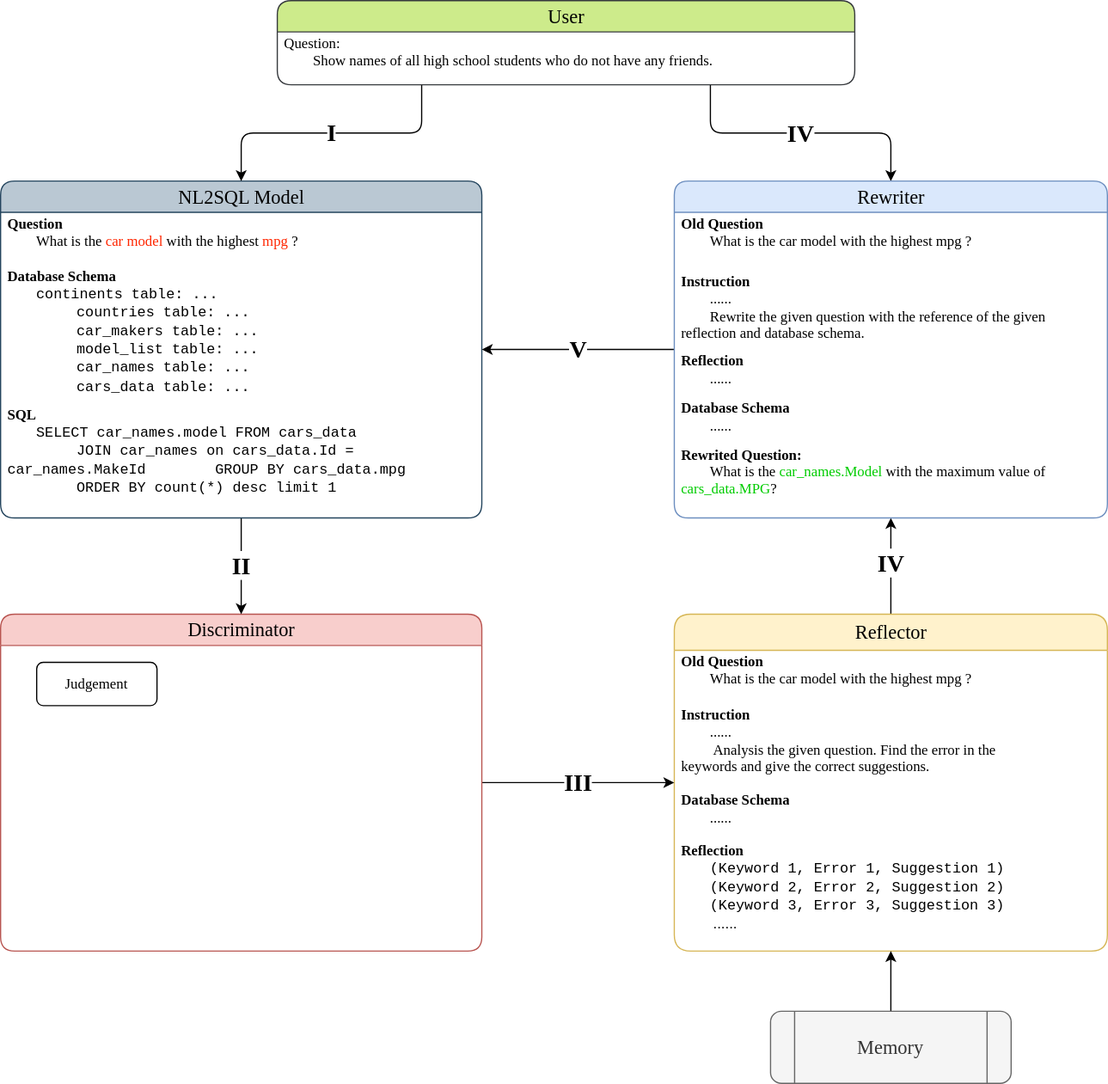
Earlier version of the draw.io export rewriter_agents_v240513.drawio.svg (MPX0222/Research-Design-Space). Source tidied: cells renumbered, new cells last; positions are measured from the earlier drawing's top-left corner, leaving out a move shared by most shapes.
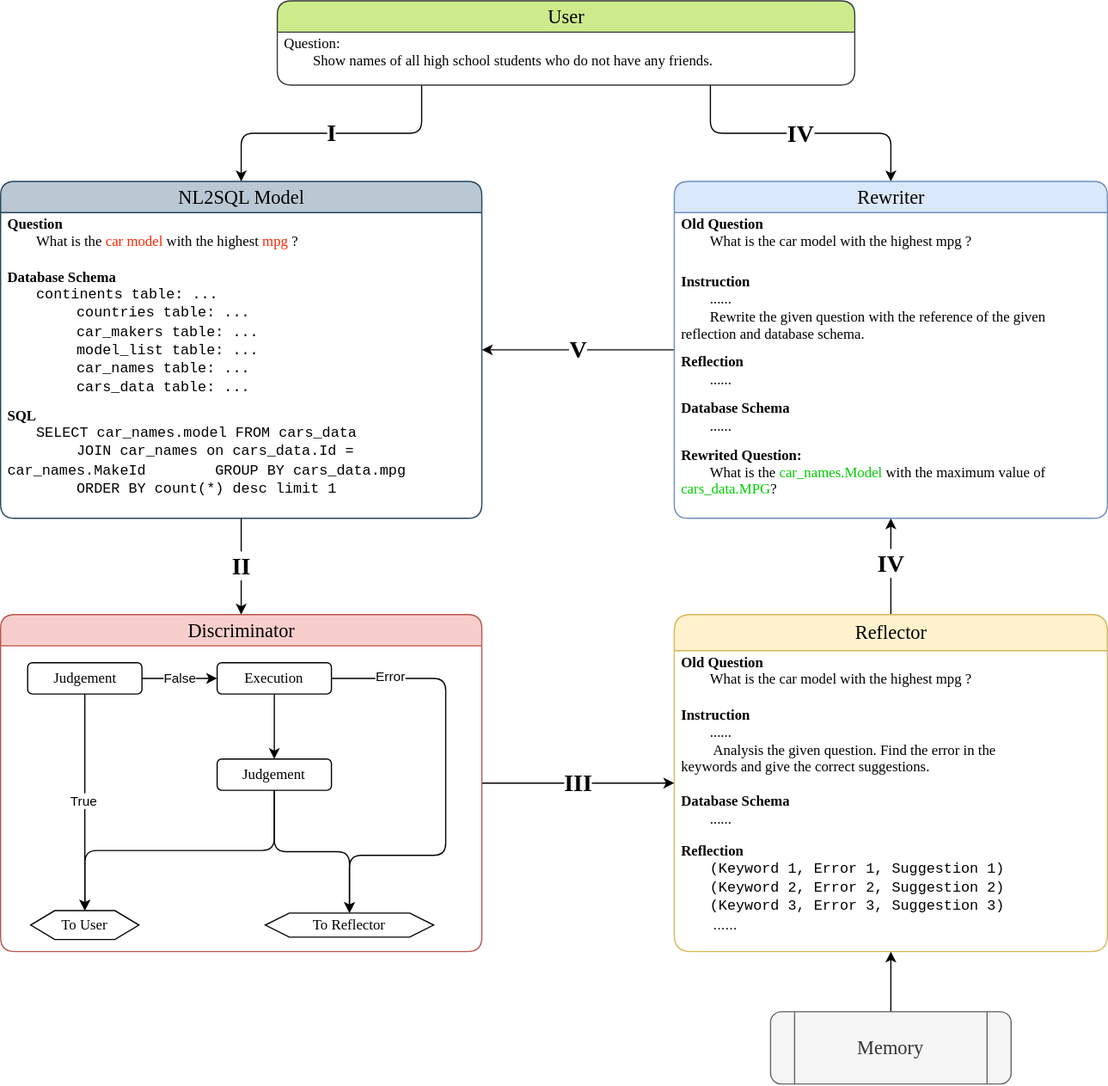
The same file after the commit.

The edit, as a diff of the source:
```diff
@@ -32,12 +32,60 @@
     <mxCell id="11" value="&lt;font style=&quot;font-size: 16px;&quot;&gt;Discriminator&lt;/font&gt;" style="swimlane;html=1;fontStyle=0;horizontal=1;startSize=26;fillColor=#f8cecc;swimlaneFillColor=#ffffff;align=center;rounded=1;shadow=0;comic=0;labelBackgroundColor=none;strokeWidth=1;fontFamily=Verdana;fontSize=12;strokeColor=#b85450;glass=0;swimlaneLine=1;" parent="1" vertex="1">
       <mxGeometry y="510" width="400" height="280" as="geometry" />
     </mxCell>
-    <mxCell id="12" style="swimlane;startSize=0;horizontal=1;containerType=tree;newEdgeStyle={&quot;edgeStyle&quot;:&quot;elbowEdgeStyle&quot;,&quot;startArrow&quot;:&quot;none&quot;,&quot;endArrow&quot;:&quot;none&quot;};strokeColor=none;rounded=1;" parent="11" vertex="1">
+    <mxCell id="12" style="swimlane;startSize=0;horizontal=1;containerType=tree;newEdgeStyle={&quot;edgeStyle&quot;:&quot;elbowEdgeStyle&quot;,&quot;startArrow&quot;:&quot;none&quot;,&quot;endArrow&quot;:&quot;none&quot;};strokeColor=none;rounded=0;" parent="11" vertex="1">
       <mxGeometry y="26" width="400" height="254" as="geometry" />
     </mxCell>
-    <mxCell id="13" value="&lt;font face=&quot;Verdana&quot;&gt;Judgement&lt;/font&gt;" style="whiteSpace=wrap;html=1;align=center;newEdgeStyle={&quot;edgeStyle&quot;:&quot;elbowEdgeStyle&quot;,&quot;startArrow&quot;:&quot;none&quot;,&quot;endArrow&quot;:&quot;none&quot;};rounded=1;" parent="12" vertex="1">
-      <mxGeometry x="30" y="14" width="100" height="36" as="geometry" />
-    </mxCell>
+    <mxCell id="36" style="edgeStyle=elbowEdgeStyle;rounded=1;orthogonalLoop=1;jettySize=auto;html=1;startArrow=none;endArrow=none;exitX=1;exitY=0.5;exitDx=0;exitDy=0;entryX=0;entryY=0.5;entryDx=0;entryDy=0;targetPerimeterSpacing=2;strokeWidth=3;strokeColor=none;" parent="12" edge="1">
+      <mxGeometry relative="1" as="geometry">
+        <mxPoint x="120" y="32" as="sourcePoint" />
+        <mxPoint x="190" y="32" as="targetPoint" />
+      </mxGeometry>
+    </mxCell>
+    <mxCell id="37" value="&lt;font face=&quot;Verdana&quot;&gt;To User&lt;/font&gt;" style="shape=hexagon;perimeter=hexagonPerimeter2;whiteSpace=wrap;html=1;fixedSize=1;rounded=0;" parent="12" vertex="1">
+      <mxGeometry x="25" y="220" width="90" height="24" as="geometry" />
+    </mxCell>
+    <mxCell id="38" style="edgeStyle=orthogonalEdgeStyle;rounded=1;jettySize=auto;html=1;entryX=0.5;entryY=0;entryDx=0;entryDy=0;" parent="12" edge="1" source="41" target="37">
+      <mxGeometry relative="1" as="geometry" />
+    </mxCell>
+    <mxCell id="39" value="True" style="edgeLabel;html=1;align=center;verticalAlign=middle;rounded=1;" parent="38" vertex="1">
+      <mxGeometry x="-0.02" y="-1" relative="1" as="geometry" />
+    </mxCell>
+    <mxCell id="40" value="False" style="edgeStyle=orthogonalEdgeStyle;rounded=1;jettySize=auto;html=1;exitX=1;exitY=0.5;exitDx=0;exitDy=0;entryX=0;entryY=0.5;entryDx=0;entryDy=0;" parent="12" edge="1" source="41" target="45">
+      <mxGeometry relative="1" as="geometry" />
+    </mxCell>
+    <mxCell id="41" value="&lt;font face=&quot;Verdana&quot;&gt;Judgement&lt;/font&gt;" style="rounded=1;whiteSpace=wrap;html=1;" parent="12" vertex="1">
+      <mxGeometry x="22.5" y="14" width="95" height="26" as="geometry" />
+    </mxCell>
+    <mxCell id="42" style="edgeStyle=orthogonalEdgeStyle;rounded=1;jettySize=auto;html=1;exitX=1;exitY=0.5;exitDx=0;exitDy=0;entryX=0.5;entryY=0;entryDx=0;entryDy=0;" parent="12" edge="1" source="45" target="49">
+      <mxGeometry relative="1" as="geometry">
+        <Array as="points">
+          <mxPoint x="370" y="27" />
+          <mxPoint x="370" y="174" />
+          <mxPoint x="290" y="174" />
+        </Array>
+      </mxGeometry>
+    </mxCell>
+    <mxCell id="43" value="Error" style="edgeLabel;html=1;align=center;verticalAlign=middle;rounded=1;" parent="42" vertex="1">
+      <mxGeometry x="-0.74" y="1" relative="1" as="geometry" />
+    </mxCell>
+    <mxCell id="44" style="edgeStyle=orthogonalEdgeStyle;rounded=1;jettySize=auto;html=1;entryX=0.5;entryY=0;entryDx=0;entryDy=0;" parent="12" edge="1" source="45" target="48">
+      <mxGeometry relative="1" as="geometry" />
+    </mxCell>
+    <mxCell id="45" value="&lt;font face=&quot;Verdana&quot;&gt;Execution&lt;/font&gt;" style="rounded=1;whiteSpace=wrap;html=1;" parent="12" vertex="1">
+      <mxGeometry x="180" y="14" width="95" height="26" as="geometry" />
+    </mxCell>
+    <mxCell id="46" style="edgeStyle=orthogonalEdgeStyle;rounded=1;jettySize=auto;html=1;exitX=0.5;exitY=1;exitDx=0;exitDy=0;entryX=0.5;entryY=0;entryDx=0;entryDy=0;" parent="12" edge="1" source="48" target="37">
+      <mxGeometry relative="1" as="geometry" />
+    </mxCell>
+    <mxCell id="47" style="edgeStyle=orthogonalEdgeStyle;rounded=1;jettySize=auto;html=1;exitX=0.5;exitY=1;exitDx=0;exitDy=0;" parent="12" edge="1" source="48" target="49">
+      <mxGeometry relative="1" as="geometry" />
+    </mxCell>
+    <mxCell id="48" value="&lt;font face=&quot;Verdana&quot;&gt;Judgement&lt;/font&gt;" style="rounded=1;whiteSpace=wrap;html=1;" parent="12" vertex="1">
+      <mxGeometry x="180" y="94" width="95" height="26" as="geometry" />
+    </mxCell>
+    <mxCell id="49" value="&lt;font face=&quot;Verdana&quot;&gt;To Reflector&lt;/font&gt;" style="shape=hexagon;perimeter=hexagonPerimeter2;whiteSpace=wrap;html=1;fixedSize=1;rounded=0;" parent="12" vertex="1">
+      <mxGeometry x="220" y="222" width="140" height="20" as="geometry" />
+    </mxCell>
     <mxCell id="14" style="edgeStyle=orthogonalEdgeStyle;rounded=1;jettySize=auto;html=1;exitX=0.5;exitY=1;exitDx=0;exitDy=0;entryX=0.5;entryY=0;entryDx=0;entryDy=0;" parent="1" edge="1" source="16" target="11">
       <mxGeometry relative="1" as="geometry" />
     </mxCell>
```
